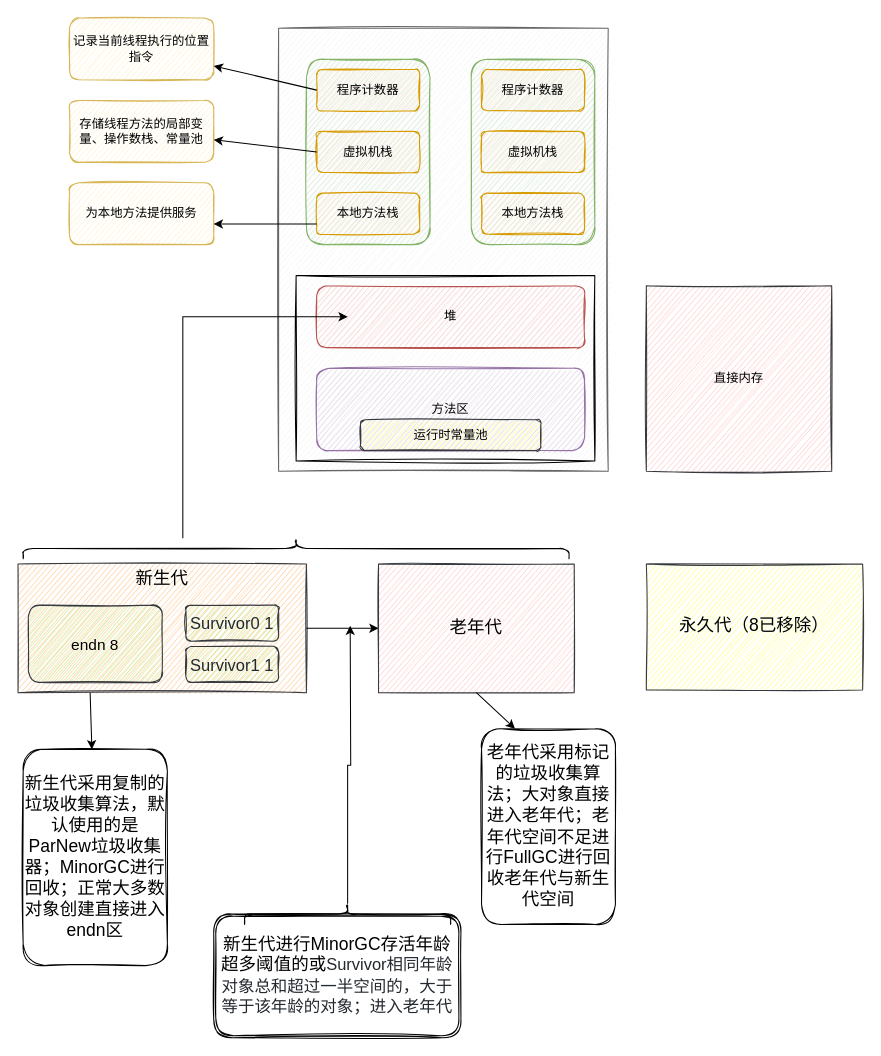
Earlier version of the draw.io diagram Untitled Diagram.drawio (CokeBody/CodeFarmersNotes). Source tidied: cells renumbered, new cells numbered last; positions are measured from the earlier drawing's top-left corner, leaving out a move shared by most shapes. Both pictures are drawn from the tidied source at 103%, with x=0, y=0 at pixel (18, 18).
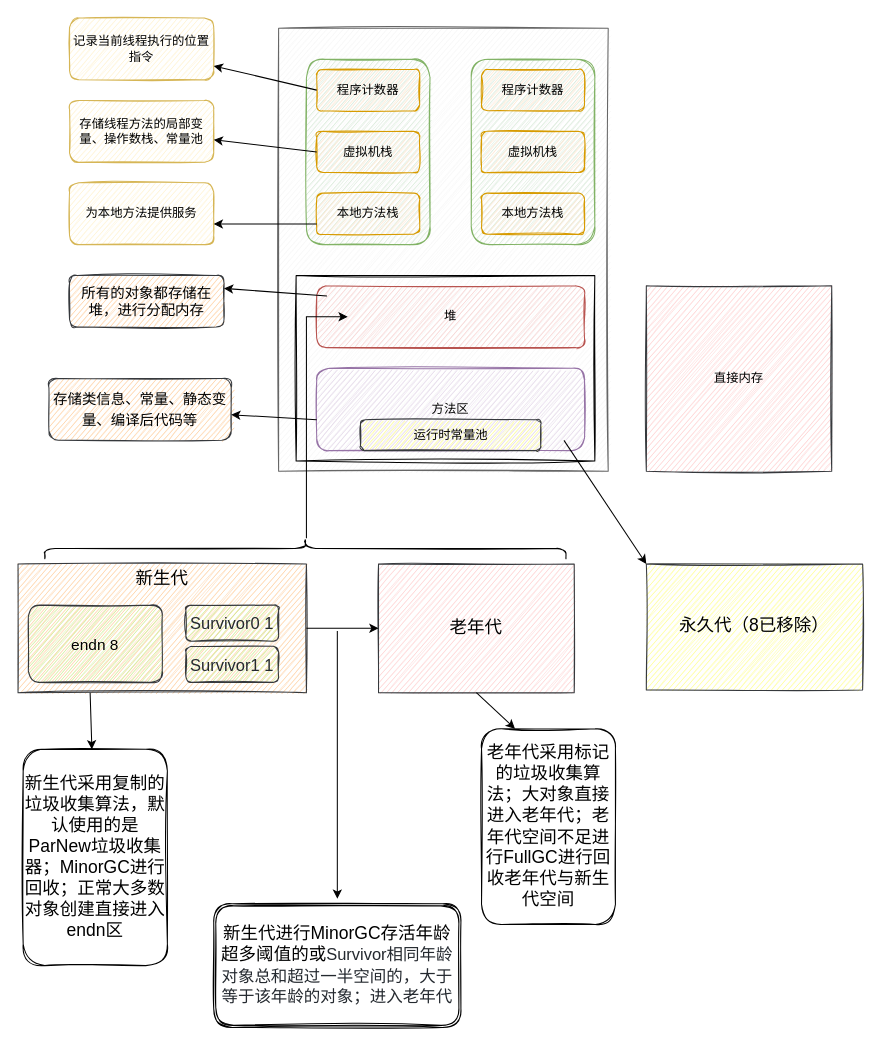
After the change.

The change refers to these unchanged cells:
```xml
<mxCell id="22" style="rounded=0;whiteSpace=wrap;html=1;shadow=0;glass=0;sketch=1;gradientColor=none;gradientDirection=east;perimeterSpacing=1;fillColor=none;" parent="1" vertex="1">
  <mxGeometry x="270" y="250" width="290" height="180" as="geometry" />
</mxCell>
<mxCell id="29" value="永久代（8已移除）" style="rounded=0;whiteSpace=wrap;html=1;shadow=0;glass=0;labelBackgroundColor=none;sketch=1;fontSize=17;strokeWidth=1;fillColor=#ffff88;gradientDirection=east;strokeColor=#36393d;" parent="1" vertex="1">
  <mxGeometry x="610" y="530" width="210" height="122.5" as="geometry" />
</mxCell>
```

The edit, as a diff of the source:
```diff
@@
-    <mxCell id="33" style="edgeStyle=orthogonalEdgeStyle;rounded=0;jettySize=auto;html=1;fontSize=17;" parent="1" edge="1" source="34">
+    <mxCell id="33" style="edgeStyle=orthogonalEdgeStyle;rounded=0;orthogonalLoop=1;jettySize=auto;html=1;fontSize=17;entryX=0.5;entryY=0;entryDx=0;entryDy=0;" parent="1" edge="1">
       <mxGeometry relative="1" as="geometry">
-        <mxPoint x="322.5" y="590" as="targetPoint" />
+        <mxPoint x="310" y="595" as="sourcePoint" />
+        <mxPoint x="310" y="855" as="targetPoint" />
+        <Array as="points">
+          <mxPoint x="310" y="755" />
+          <mxPoint x="310" y="755" />
+        </Array>
       </mxGeometry>
     </mxCell>
-    <mxCell id="34" style="shape=curlyBracket;whiteSpace=wrap;html=1;rounded=1;flipH=1;shadow=0;glass=0;labelBackgroundColor=none;sketch=1;fontSize=17;strokeWidth=1;fillColor=none;gradientColor=none;gradientDirection=east;direction=south;" parent="1" vertex="1">
-      <mxGeometry x="220" y="860" width="200" height="20" as="geometry" />
-    </mxCell>
     <mxCell id="35" value="新生代进行MinorGC存活年龄超多阈值的或&lt;span style=&quot;color: rgb(36 , 41 , 47) ; font-size: 16px&quot;&gt;Survivor相同年龄对象总和超过一半空间的，大于等于该年龄的对象；进入老年代&lt;/span&gt;" style="shape=ext;double=1;rounded=1;whiteSpace=wrap;html=1;shadow=0;glass=0;labelBackgroundColor=none;sketch=1;fontSize=17;strokeWidth=1;fillColor=none;gradientColor=none;gradientDirection=east;" parent="1" vertex="1">
-      <mxGeometry x="190" y="870" width="240" height="120" as="geometry" />
+      <mxGeometry x="190" y="860" width="240" height="120" as="geometry" />
     </mxCell>
@@
     <mxCell id="38" style="edgeStyle=orthogonalEdgeStyle;rounded=0;jettySize=auto;html=1;entryX=0.175;entryY=0.225;entryDx=0;entryDy=0;entryPerimeter=0;fontSize=17;" parent="1" edge="1" source="39" target="22">
       <mxGeometry relative="1" as="geometry">
         <Array as="points">
-          <mxPoint x="160" y="290" />
+          <mxPoint x="280" y="290" />
         </Array>
       </mxGeometry>
     </mxCell>
     <mxCell id="39" style="shape=curlyBracket;whiteSpace=wrap;html=1;rounded=1;shadow=0;glass=0;labelBackgroundColor=none;sketch=1;fontSize=17;strokeWidth=1;fillColor=none;gradientColor=none;gradientDirection=east;direction=south;" parent="1" vertex="1">
-      <mxGeometry x="5" y="505" width="530" height="20" as="geometry" />
+      <mxGeometry x="26" y="505" width="506" height="20" as="geometry" />
     </mxCell>
+    <mxCell id="40" value="&lt;font style=&quot;font-size: 14px&quot;&gt;存储类信息、常量、静态变量、编译后代码等&lt;/font&gt;" style="rounded=1;whiteSpace=wrap;html=1;shadow=0;glass=0;labelBackgroundColor=none;sketch=1;fontSize=17;strokeWidth=1;fillColor=#ffcc99;gradientDirection=east;strokeColor=#36393d;" parent="1" vertex="1">
+      <mxGeometry x="30" y="350" width="177" height="60" as="geometry" />
+    </mxCell>
+    <mxCell id="41" style="endArrow=classic;html=1;rounded=0;fontSize=14;exitX=0.072;exitY=0.775;exitDx=0;exitDy=0;exitPerimeter=0;" parent="1" edge="1" source="22" target="40">
+      <mxGeometry relative="1" as="geometry" />
+    </mxCell>
+    <mxCell id="42" style="endArrow=classic;html=1;rounded=0;fontSize=14;entryX=0;entryY=0;entryDx=0;entryDy=0;exitX=0.894;exitY=0.885;exitDx=0;exitDy=0;exitPerimeter=0;" parent="1" edge="1" source="22" target="29">
+      <mxGeometry relative="1" as="geometry" />
+    </mxCell>
+    <mxCell id="43" value="所有的对象都存储在堆，进行分配内存" style="rounded=1;whiteSpace=wrap;html=1;shadow=0;glass=0;labelBackgroundColor=none;sketch=1;fontSize=14;strokeWidth=1;fillColor=#ffcc99;gradientDirection=east;strokeColor=#36393d;" parent="1" vertex="1">
+      <mxGeometry x="50" y="250" width="150" height="50" as="geometry" />
+    </mxCell>
+    <mxCell id="44" style="endArrow=classic;html=1;rounded=0;fontSize=14;exitX=0.106;exitY=0.115;exitDx=0;exitDy=0;exitPerimeter=0;entryX=1;entryY=0.25;entryDx=0;entryDy=0;" parent="1" edge="1" source="22" target="43">
+      <mxGeometry relative="1" as="geometry" />
+    </mxCell>
```
